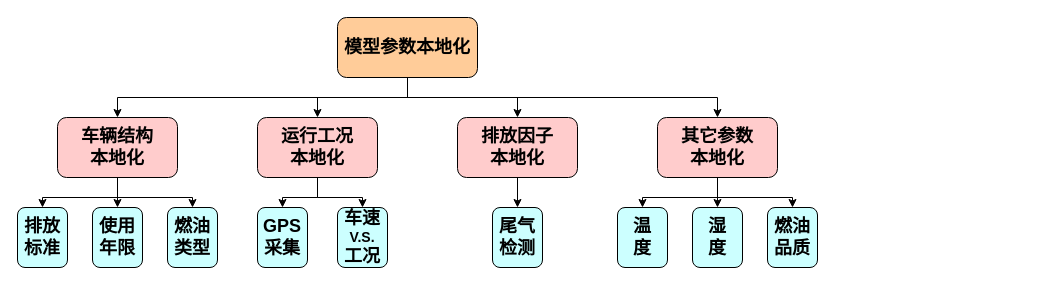
Before: 模型参数本地化.drawio in WienWong/Misc, a draw.io diagram. Source tidied: cells renumbered, new cells numbered last; positions are measured from the earlier drawing's top-left corner, leaving out a move shared by most shapes. Both pictures are drawn from the tidied source at 100%, with x=0, y=0 at pixel (17, 17).
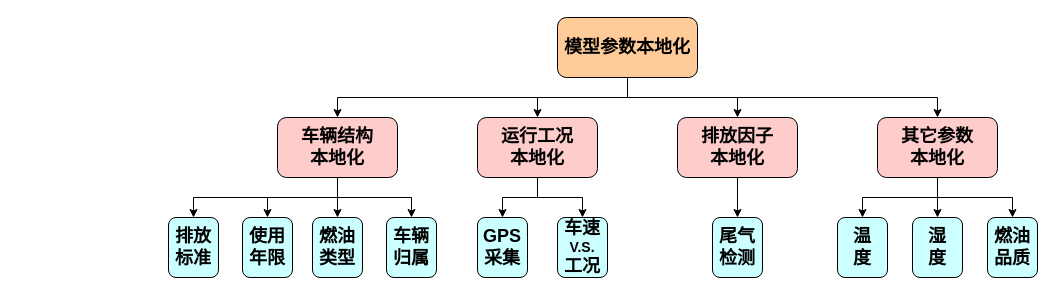
The same diagram, later.

Commit message:
Update 模型参数本地化.drawio

The edit, as a diff of the source:
```diff
@@
     <mxCell id="6" value="&lt;b&gt;&lt;font style=&quot;font-size: 18px&quot;&gt;模型参数本地化&lt;/font&gt;&lt;/b&gt;" style="rounded=1;whiteSpace=wrap;html=1;fillColor=#FFCC99;" parent="1" vertex="1">
-      <mxGeometry x="320" width="140" height="60" as="geometry" />
+      <mxGeometry x="540" width="140" height="60" as="geometry" />
     </mxCell>
+    <mxCell id="29" style="edgeStyle=orthogonalEdgeStyle;rounded=0;jettySize=auto;html=1;exitX=0.5;exitY=1;exitDx=0;exitDy=0;entryX=0.5;entryY=0;entryDx=0;entryDy=0;" parent="1" edge="1" source="10" target="30">
+      <mxGeometry relative="1" as="geometry" />
+    </mxCell>
+    <mxCell id="9" style="edgeStyle=orthogonalEdgeStyle;rounded=0;jettySize=auto;html=1;exitX=0.5;exitY=1;exitDx=0;exitDy=0;" parent="1" edge="1" source="10" target="21">
+      <mxGeometry relative="1" as="geometry" />
+    </mxCell>
+    <mxCell id="8" style="edgeStyle=orthogonalEdgeStyle;rounded=0;jettySize=auto;html=1;exitX=0.5;exitY=1;exitDx=0;exitDy=0;" parent="1" edge="1" source="10" target="22">
+      <mxGeometry relative="1" as="geometry" />
+    </mxCell>
-    <mxCell id="7" style="edgeStyle=orthogonalEdgeStyle;rounded=0;jettySize=auto;html=1;exitX=0.5;exitY=1;exitDx=0;exitDy=0;entryX=0.5;entryY=0;entryDx=0;entryDy=0;" parent="1" edge="1" source="10" target="20">
+    <mxCell id="7" style="edgeStyle=orthogonalEdgeStyle;rounded=0;jettySize=auto;html=1;exitX=0.5;exitY=1;exitDx=0;exitDy=0;" parent="1" edge="1" source="10" target="20">
       <mxGeometry relative="1" as="geometry" />
     </mxCell>
-    <mxCell id="8" style="edgeStyle=orthogonalEdgeStyle;rounded=0;jettySize=auto;html=1;exitX=0.5;exitY=1;exitDx=0;exitDy=0;entryX=0.5;entryY=0;entryDx=0;entryDy=0;" parent="1" edge="1" source="10" target="22">
-      <mxGeometry relative="1" as="geometry" />
-    </mxCell>
-    <mxCell id="9" style="edgeStyle=orthogonalEdgeStyle;rounded=0;jettySize=auto;html=1;exitX=0.5;exitY=1;exitDx=0;exitDy=0;entryX=0.5;entryY=0;entryDx=0;entryDy=0;" parent="1" edge="1" source="10" target="21">
-      <mxGeometry relative="1" as="geometry" />
-    </mxCell>
     <mxCell id="10" value="&lt;font style=&quot;font-size: 18px&quot;&gt;&lt;b&gt;车辆结构&lt;br&gt;本地化&lt;/b&gt;&lt;/font&gt;" style="rounded=1;whiteSpace=wrap;html=1;fillColor=#FFCCCC;" parent="1" vertex="1">
-      <mxGeometry x="40" y="100" width="120" height="60" as="geometry" />
+      <mxGeometry x="260" y="100" width="120" height="60" as="geometry" />
     </mxCell>
@@
     <mxCell id="13" value="&lt;font style=&quot;font-size: 18px&quot;&gt;&lt;b&gt;运行工况&lt;br&gt;本地化&lt;/b&gt;&lt;/font&gt;" style="rounded=1;whiteSpace=wrap;html=1;fillColor=#FFCCCC;" parent="1" vertex="1">
-      <mxGeometry x="240" y="100" width="120" height="60" as="geometry" />
+      <mxGeometry x="460" y="100" width="120" height="60" as="geometry" />
     </mxCell>
@@
     <mxCell id="15" value="&lt;font style=&quot;font-size: 18px&quot;&gt;&lt;b&gt;排放因子&lt;br&gt;本地化&lt;/b&gt;&lt;/font&gt;" style="rounded=1;whiteSpace=wrap;html=1;fillColor=#FFCCCC;" parent="1" vertex="1">
-      <mxGeometry x="440" y="100" width="120" height="60" as="geometry" />
+      <mxGeometry x="660" y="100" width="120" height="60" as="geometry" />
     </mxCell>
@@
     <mxCell id="19" value="&lt;font style=&quot;font-size: 18px&quot;&gt;&lt;b&gt;其它参数&lt;br&gt;本地化&lt;/b&gt;&lt;/font&gt;" style="rounded=1;whiteSpace=wrap;html=1;fillColor=#FFCCCC;" parent="1" vertex="1">
-      <mxGeometry x="640" y="100" width="120" height="60" as="geometry" />
+      <mxGeometry x="860" y="100" width="120" height="60" as="geometry" />
     </mxCell>
     <mxCell id="20" value="&lt;font style=&quot;font-size: 18px&quot;&gt;&lt;b&gt;排放标准&lt;/b&gt;&lt;/font&gt;" style="rounded=1;whiteSpace=wrap;html=1;fillColor=#CCFFFF;" parent="1" vertex="1">
-      <mxGeometry y="190" width="50" height="60" as="geometry" />
+      <mxGeometry x="151" y="200" width="50" height="60" as="geometry" />
     </mxCell>
     <mxCell id="21" value="&lt;font style=&quot;font-size: 18px&quot;&gt;&lt;b&gt;使用年限&lt;/b&gt;&lt;/font&gt;" style="rounded=1;whiteSpace=wrap;html=1;fillColor=#CCFFFF;" parent="1" vertex="1">
-      <mxGeometry x="75" y="190" width="50" height="60" as="geometry" />
+      <mxGeometry x="225" y="200" width="50" height="60" as="geometry" />
     </mxCell>
     <mxCell id="22" value="&lt;font style=&quot;font-size: 18px&quot;&gt;&lt;b&gt;燃油类型&lt;/b&gt;&lt;/font&gt;" style="rounded=1;whiteSpace=wrap;html=1;fillColor=#CCFFFF;" parent="1" vertex="1">
-      <mxGeometry x="150" y="190" width="50" height="60" as="geometry" />
+      <mxGeometry x="295" y="200" width="50" height="60" as="geometry" />
     </mxCell>
     <mxCell id="23" value="&lt;font style=&quot;font-size: 18px&quot;&gt;&lt;b&gt;GPS&lt;br&gt;采集&lt;/b&gt;&lt;/font&gt;" style="rounded=1;whiteSpace=wrap;html=1;fillColor=#CCFFFF;" parent="1" vertex="1">
-      <mxGeometry x="240" y="190" width="50" height="60" as="geometry" />
+      <mxGeometry x="460" y="200" width="50" height="60" as="geometry" />
     </mxCell>
     <mxCell id="24" value="&lt;b&gt;&lt;span style=&quot;font-size: 18px&quot;&gt;车速&lt;/span&gt;&lt;br&gt;&lt;font style=&quot;font-size: 14px&quot;&gt;V.S.&lt;/font&gt;&lt;br&gt;&lt;/b&gt;&lt;font style=&quot;font-size: 18px&quot;&gt;&lt;b&gt;工况&lt;/b&gt;&lt;/font&gt;" style="rounded=1;whiteSpace=wrap;html=1;fillColor=#CCFFFF;" parent="1" vertex="1">
-      <mxGeometry x="320" y="190" width="50" height="60" as="geometry" />
+      <mxGeometry x="540" y="200" width="50" height="60" as="geometry" />
     </mxCell>
     <mxCell id="25" value="&lt;span style=&quot;font-size: 18px&quot;&gt;&lt;b&gt;尾气检测&lt;/b&gt;&lt;/span&gt;" style="rounded=1;whiteSpace=wrap;html=1;fillColor=#CCFFFF;" parent="1" vertex="1">
-      <mxGeometry x="475" y="190" width="50" height="60" as="geometry" />
+      <mxGeometry x="695" y="200" width="50" height="60" as="geometry" />
     </mxCell>
     <mxCell id="26" value="&lt;span style=&quot;font-size: 18px&quot;&gt;&lt;b&gt;温&lt;/b&gt;&lt;/span&gt;&lt;span style=&quot;font-size: 18px&quot;&gt;&lt;b&gt;&lt;br&gt;度&lt;/b&gt;&lt;/span&gt;" style="rounded=1;whiteSpace=wrap;html=1;fillColor=#CCFFFF;" parent="1" vertex="1">
-      <mxGeometry x="600" y="190" width="50" height="60" as="geometry" />
+      <mxGeometry x="820" y="200" width="50" height="60" as="geometry" />
     </mxCell>
     <mxCell id="27" value="&lt;span style=&quot;font-size: 18px&quot;&gt;&lt;b&gt;湿&lt;/b&gt;&lt;/span&gt;&lt;span style=&quot;font-size: 18px&quot;&gt;&lt;b&gt;&lt;br&gt;度&lt;/b&gt;&lt;/span&gt;" style="rounded=1;whiteSpace=wrap;html=1;fillColor=#CCFFFF;" parent="1" vertex="1">
-      <mxGeometry x="675" y="190" width="50" height="60" as="geometry" />
+      <mxGeometry x="895" y="200" width="50" height="60" as="geometry" />
     </mxCell>
     <mxCell id="28" value="&lt;span style=&quot;font-size: 18px&quot;&gt;&lt;b&gt;燃油&lt;br&gt;&lt;/b&gt;&lt;/span&gt;&lt;b&gt;&lt;font style=&quot;font-size: 18px&quot;&gt;品质&lt;/font&gt;&lt;/b&gt;" style="rounded=1;whiteSpace=wrap;html=1;fillColor=#CCFFFF;" parent="1" vertex="1">
-      <mxGeometry x="750" y="190" width="50" height="60" as="geometry" />
+      <mxGeometry x="970" y="200" width="50" height="60" as="geometry" />
     </mxCell>
+    <mxCell id="30" value="&lt;span style=&quot;font-size: 18px&quot;&gt;&lt;b&gt;车辆归属&lt;/b&gt;&lt;/span&gt;" style="rounded=1;whiteSpace=wrap;html=1;fillColor=#CCFFFF;" parent="1" vertex="1">
+      <mxGeometry x="369" y="200" width="50" height="60" as="geometry" />
+    </mxCell>
```
